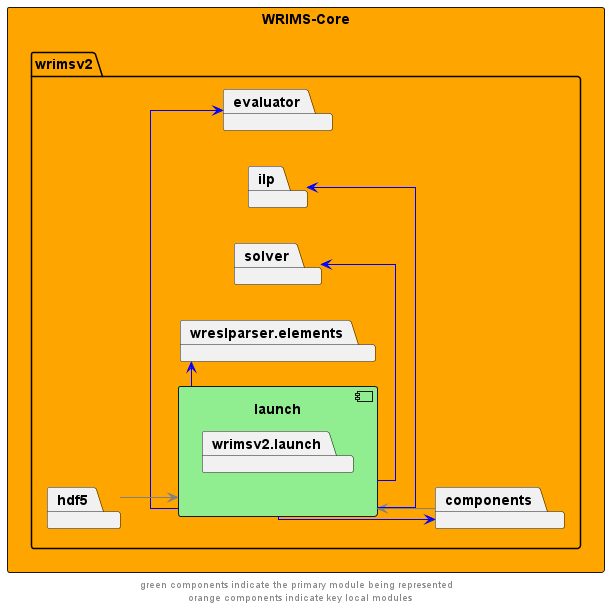
CentralValleyModeling/wrims keeps this PlantUML diagram as docs/diagrams/wrims-core/wrims-core_launch.png. Above is the earlier version.
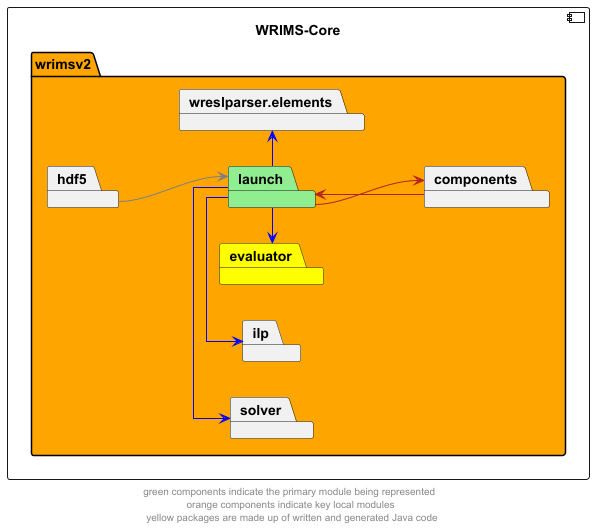
After the commit.

Change to the diagram source:
```diff
@@ -2,25 +2,20 @@
 left to right direction
 skinparam linetype ortho
 
-rectangle wrims_core as "WRIMS-Core" #orange {
-        package wrimsv2{
-            package launch {
-                component launch #lightgreen {
-                    package wrimsv2.launch
-                }
-            }
+component wrims_core as "WRIMS-Core"  {
+    package wrimsv2 #orange {
+        package launch #lightgreen
         package components
-        package evaluator
+        package evaluator #yellow
         package solver
         package hdf5
         package ilp
         package wreslparser.elements
-
     }
 }
 
-launch -->  components #blue
-components --> launch #grey
+launch -->  components #firebrick
+components --> launch #firebrick
 
 launch -left->  evaluator #blue
 launch -left->  ilp #blue
@@ -31,5 +26,5 @@
 hdf5 --> launch #grey
 
 
-footer "green components indicate the primary module being represented \n orange components indicate key local modules"
+footer "green components indicate the primary module being represented \n orange components indicate key local modules \n yellow packages are made up of written and generated Java code"
 @enduml
```
